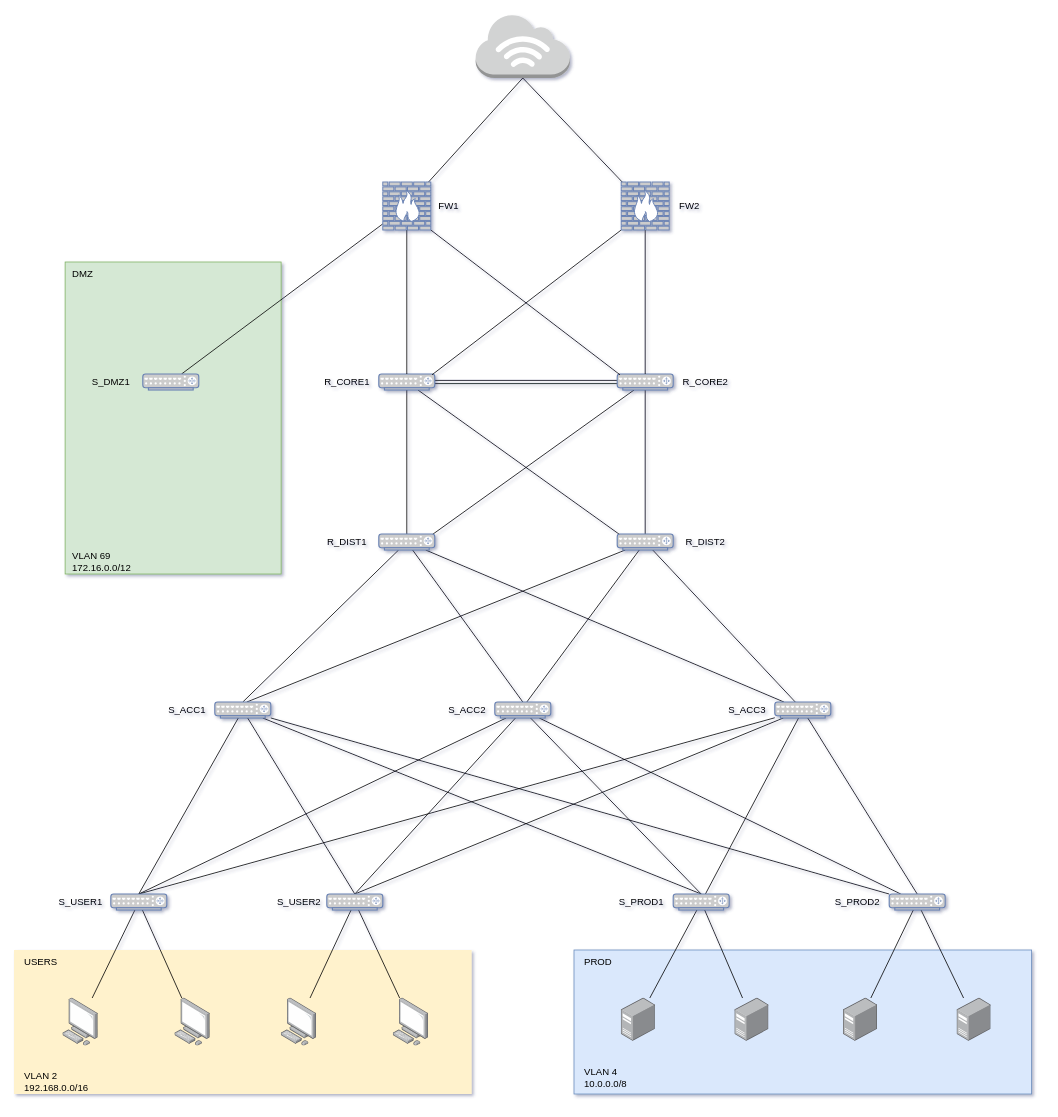
a0six/projetb3 keeps this draw.io diagram as Diagramme sans nom.drawio. Above is the earlier version. Source tidied: cells renumbered, new cells numbered last; positions are measured from the earlier drawing's top-left corner, leaving out a move shared by most shapes. Both pictures are drawn from the tidied source at 80%, with x=0, y=0 at pixel (14, 14).
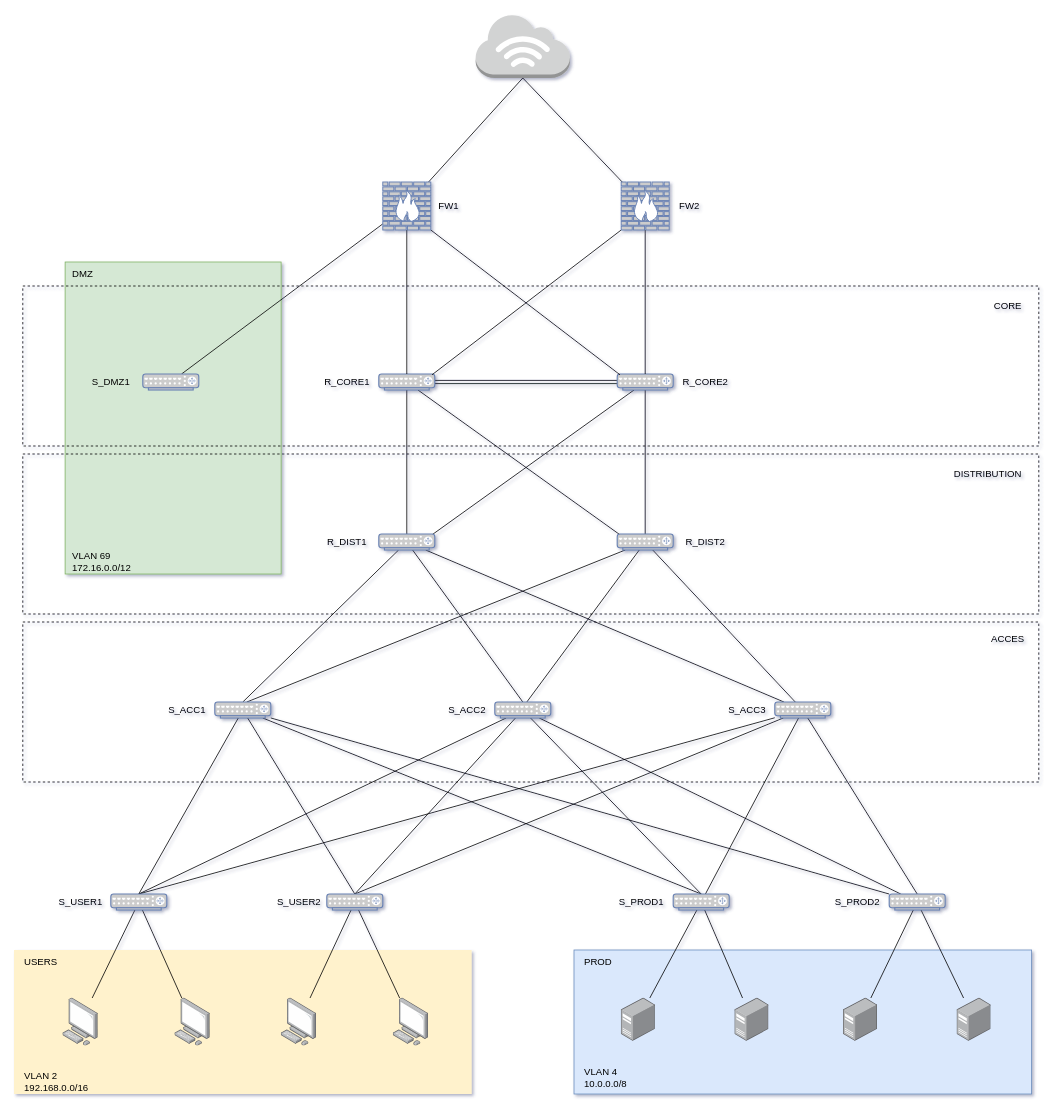
After the change.

What changed in the source:
```diff
@@
+    <mxCell id="86" style="rounded=0;whiteSpace=wrap;html=1;dashed=1;fillColor=none;" parent="1" vertex="1">
+      <mxGeometry x="11" y="550" width="1270" height="200" as="geometry" />
+    </mxCell>
+    <mxCell id="87" style="rounded=0;whiteSpace=wrap;html=1;dashed=1;fillColor=none;" parent="1" vertex="1">
+      <mxGeometry x="11" y="760" width="1270" height="200" as="geometry" />
+    </mxCell>
+    <mxCell id="88" style="rounded=0;whiteSpace=wrap;html=1;dashed=1;fillColor=none;" parent="1" vertex="1">
+      <mxGeometry x="11" y="340" width="1270" height="200" as="geometry" />
+    </mxCell>
+    <mxCell id="89" value="CORE" style="text;html=1;align=center;verticalAlign=middle;strokeColor=none;fillColor=none;" parent="1" vertex="1">
+      <mxGeometry x="1212" y="350" width="60" height="30" as="geometry" />
+    </mxCell>
+    <mxCell id="90" value="DISTRIBUTION" style="text;html=1;align=center;verticalAlign=middle;strokeColor=none;fillColor=none;" parent="1" vertex="1">
+      <mxGeometry x="1162" y="560" width="110" height="30" as="geometry" />
+    </mxCell>
+    <mxCell id="91" value="ACCES" style="text;html=1;align=center;verticalAlign=middle;strokeColor=none;fillColor=none;" parent="1" vertex="1">
+      <mxGeometry x="1212" y="767" width="60" height="30" as="geometry" />
+    </mxCell>
```
